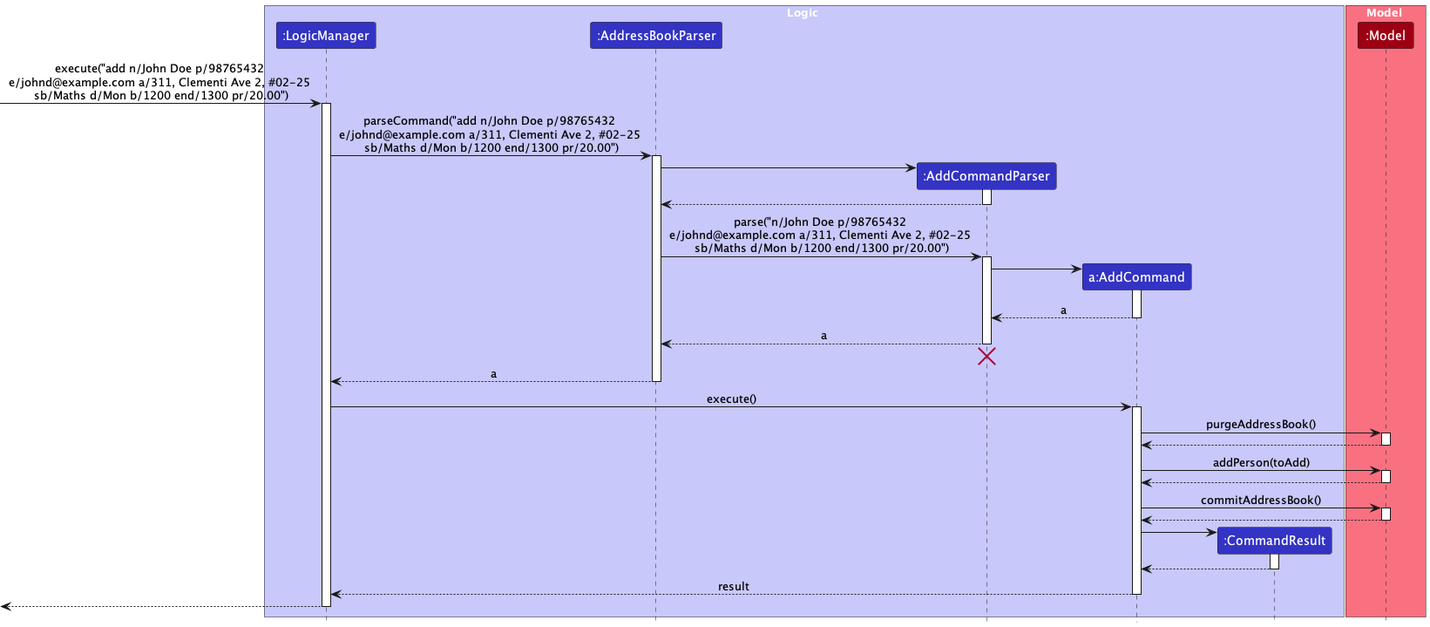
Earlier version of the PlantUML export docs/images/AddSequenceDiagram.png (nus-cs2103-AY2324S1/tp).
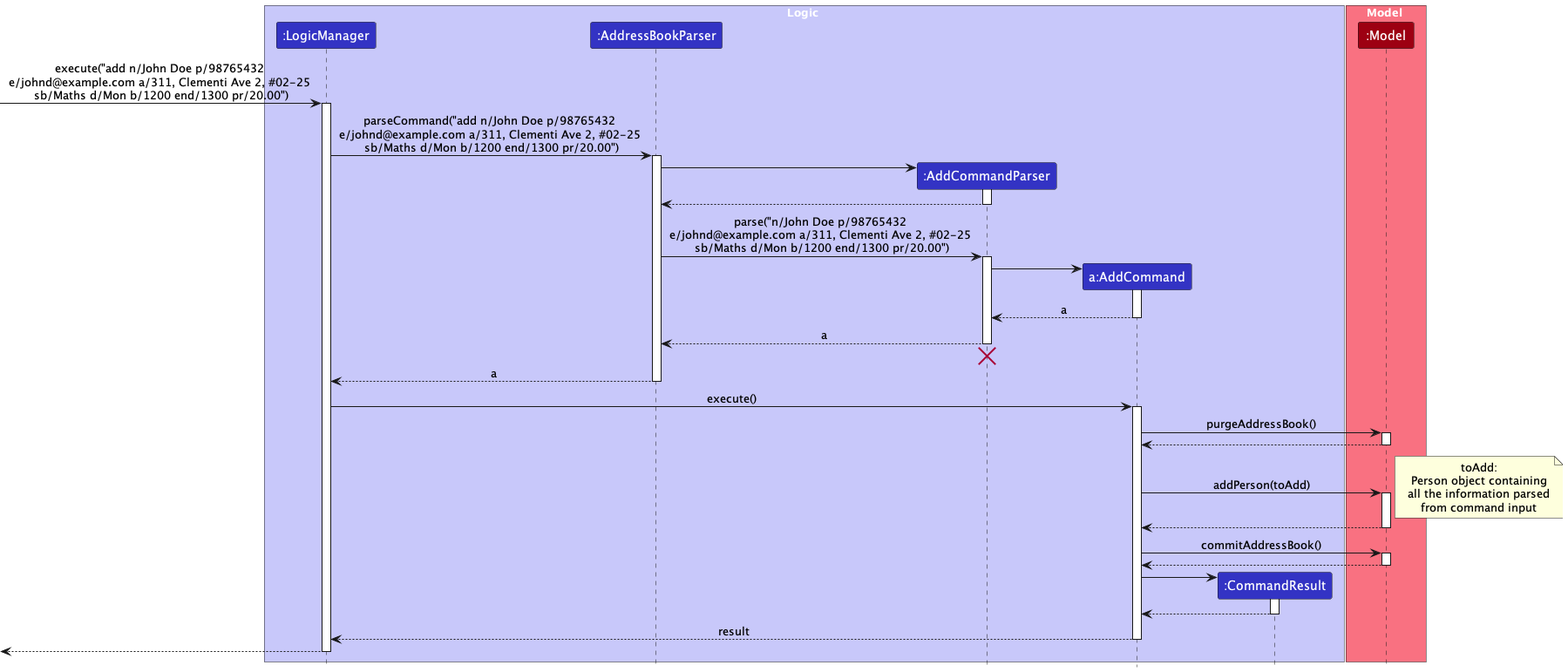
The same diagram one commit later.

Diff of the diagram source:
```diff
@@ -57,6 +57,13 @@
 AddCommand -> Model : addPerson(toAdd)
 activate Model
 
+note right
+toAdd:
+Person object containing
+all the information parsed
+from command input
+end note
+
 Model --> AddCommand
 deactivate Model
 
```
